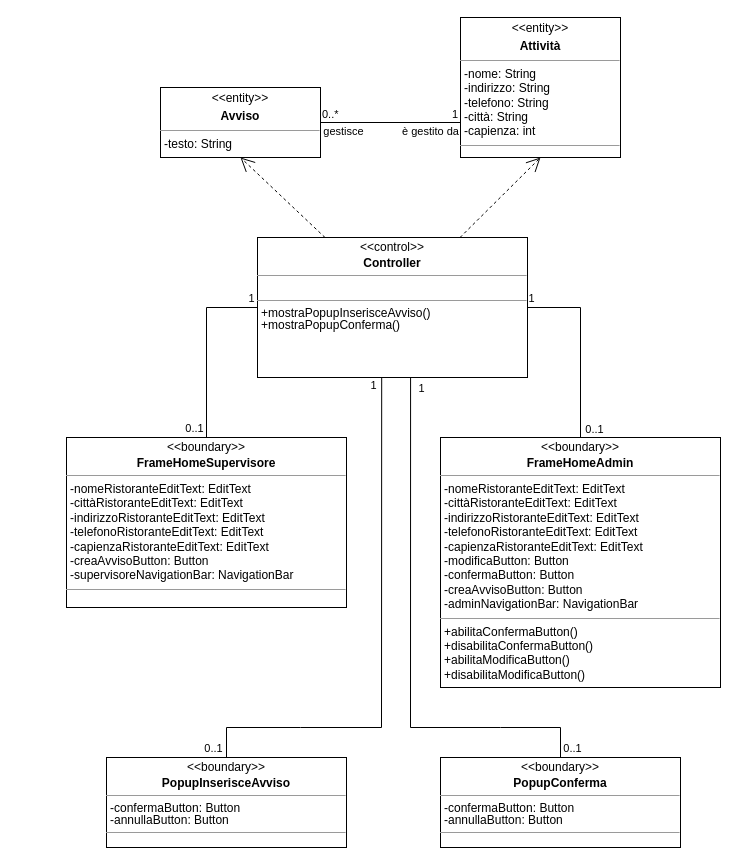
The draw.io diagram Documentazione/Class Diagram/Analisi/drawio/Analysis Class Diagram - Inserisce Avviso.drawio in vittorioruggiero/Progetto-IngSw, before the edit. Source tidied: cells renumbered, new cells numbered last; positions are measured from the earlier drawing's top-left corner, leaving out a move shared by most shapes. Both pictures are drawn from the tidied source at 100%, with x=0, y=0 at pixel (66, 17).
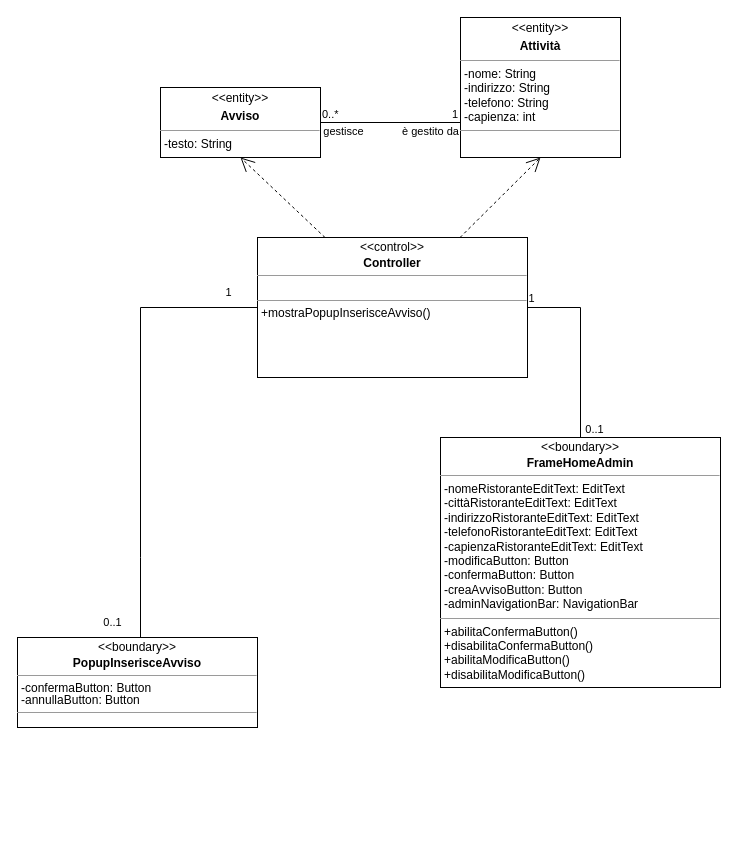
The same diagram, later.

Commit message (it also covers changes not shown here):
piccole modifiche class diagram

Change to the diagram source:
```diff
@@
     <mxCell id="3" value="&lt;p style=&quot;margin: 4px 0px 0px; text-align: center; line-height: 100%;&quot;&gt;&amp;lt;&amp;lt;boundary&amp;gt;&amp;gt;&lt;/p&gt;&lt;p style=&quot;margin: 4px 0px 0px; text-align: center; line-height: 100%;&quot;&gt;&lt;b&gt;PopupInserisceAvviso&lt;/b&gt;&lt;/p&gt;&lt;hr style=&quot;line-height: 100%;&quot; size=&quot;1&quot;&gt;&lt;p style=&quot;margin: 0px 0px 0px 4px; line-height: 100%;&quot;&gt;&lt;span style=&quot;background-color: initial;&quot;&gt;-confermaButton: Button&lt;/span&gt;&lt;br&gt;&lt;/p&gt;&lt;p style=&quot;margin: 0px 0px 0px 4px; line-height: 100%;&quot;&gt;-annullaButton: Button&lt;/p&gt;&lt;hr style=&quot;line-height: 100%;&quot; size=&quot;1&quot;&gt;&lt;p style=&quot;margin: 0px 0px 0px 4px; line-height: 100%;&quot;&gt;&lt;br&gt;&lt;/p&gt;" style="verticalAlign=top;align=left;overflow=fill;fontSize=12;fontFamily=Helvetica;html=1;" parent="1" vertex="1">
-      <mxGeometry x="40" y="740" width="240" height="90" as="geometry" />
+      <mxGeometry x="-49" y="620" width="240" height="90" as="geometry" />
     </mxCell>
-    <mxCell id="4" value="&lt;p style=&quot;margin: 4px 0px 0px; text-align: center; line-height: 100%;&quot;&gt;&amp;lt;&amp;lt;boundary&amp;gt;&amp;gt;&lt;/p&gt;&lt;p style=&quot;margin: 4px 0px 0px; text-align: center; line-height: 100%;&quot;&gt;&lt;b&gt;PopupConferma&lt;/b&gt;&lt;/p&gt;&lt;hr style=&quot;line-height: 100%;&quot; size=&quot;1&quot;&gt;&lt;p style=&quot;margin: 0px 0px 0px 4px; line-height: 100%;&quot;&gt;&lt;span style=&quot;background-color: initial;&quot;&gt;-confermaButton: Button&lt;/span&gt;&lt;br&gt;&lt;/p&gt;&lt;p style=&quot;margin: 0px 0px 0px 4px; line-height: 100%;&quot;&gt;-annullaButton: Button&lt;/p&gt;&lt;hr style=&quot;line-height: 100%;&quot; size=&quot;1&quot;&gt;&lt;p style=&quot;margin: 0px 0px 0px 4px; line-height: 100%;&quot;&gt;&lt;br&gt;&lt;/p&gt;" style="verticalAlign=top;align=left;overflow=fill;fontSize=12;fontFamily=Helvetica;html=1;" parent="1" vertex="1">
-      <mxGeometry x="374" y="740" width="240" height="90" as="geometry" />
-    </mxCell>
-    <mxCell id="5" value="&lt;p style=&quot;margin: 4px 0px 0px; text-align: center; line-height: 100%;&quot;&gt;&amp;lt;&amp;lt;control&amp;gt;&amp;gt;&lt;/p&gt;&lt;p style=&quot;margin: 4px 0px 0px; text-align: center; line-height: 100%;&quot;&gt;&lt;b&gt;Controller&lt;/b&gt;&lt;/p&gt;&lt;hr size=&quot;1&quot;&gt;&lt;p style=&quot;margin: 0px 0px 0px 4px; line-height: 100%;&quot;&gt;&lt;br&gt;&lt;/p&gt;&lt;hr size=&quot;1&quot;&gt;&lt;p style=&quot;margin: 0px 0px 0px 4px; line-height: 100%;&quot;&gt;&lt;span style=&quot;background-color: initial;&quot;&gt;+mostraPopupInserisceAvviso()&lt;/span&gt;&lt;br&gt;&lt;/p&gt;&lt;p style=&quot;margin: 0px 0px 0px 4px; line-height: 100%;&quot;&gt;+mostraPopupConferma()&lt;/p&gt;&lt;p style=&quot;margin: 0px 0px 0px 4px; line-height: 100%;&quot;&gt;&lt;br&gt;&lt;/p&gt;" style="verticalAlign=top;align=left;overflow=fill;fontSize=12;fontFamily=Helvetica;html=1;" parent="1" vertex="1">
+    <mxCell id="5" value="&lt;p style=&quot;margin: 4px 0px 0px; text-align: center; line-height: 100%;&quot;&gt;&amp;lt;&amp;lt;control&amp;gt;&amp;gt;&lt;/p&gt;&lt;p style=&quot;margin: 4px 0px 0px; text-align: center; line-height: 100%;&quot;&gt;&lt;b&gt;Controller&lt;/b&gt;&lt;/p&gt;&lt;hr size=&quot;1&quot;&gt;&lt;p style=&quot;margin: 0px 0px 0px 4px; line-height: 100%;&quot;&gt;&lt;br&gt;&lt;/p&gt;&lt;hr size=&quot;1&quot;&gt;&lt;p style=&quot;margin: 0px 0px 0px 4px; line-height: 100%;&quot;&gt;&lt;span style=&quot;background-color: initial;&quot;&gt;+mostraPopupInserisceAvviso()&lt;/span&gt;&lt;/p&gt;&lt;p style=&quot;margin: 0px 0px 0px 4px; line-height: 100%;&quot;&gt;&lt;br&gt;&lt;/p&gt;" style="verticalAlign=top;align=left;overflow=fill;fontSize=12;fontFamily=Helvetica;html=1;" parent="1" vertex="1">
       <mxGeometry x="191" y="220" width="270" height="140" as="geometry" />
     </mxCell>
@@
-    <mxCell id="9" value="&lt;p style=&quot;margin: 4px 0px 0px; text-align: center; line-height: 100%;&quot;&gt;&amp;lt;&amp;lt;boundary&amp;gt;&amp;gt;&lt;/p&gt;&lt;p style=&quot;margin: 4px 0px 0px; text-align: center; line-height: 100%;&quot;&gt;&lt;b&gt;FrameHomeSupervisore&lt;/b&gt;&lt;/p&gt;&lt;hr size=&quot;1&quot;&gt;&lt;p style=&quot;border-color: var(--border-color); margin: 0px 0px 0px 4px;&quot;&gt;-nomeRistoranteEditText: EditText&lt;/p&gt;&lt;p style=&quot;border-color: var(--border-color); margin: 0px 0px 0px 4px;&quot;&gt;&lt;span style=&quot;border-color: var(--border-color); background-color: initial;&quot;&gt;-cittàRistoranteEditText: EditText&lt;/span&gt;&lt;/p&gt;&lt;p style=&quot;border-color: var(--border-color); margin: 0px 0px 0px 4px;&quot;&gt;&lt;span style=&quot;border-color: var(--border-color); background-color: initial;&quot;&gt;-indirizzoRistoranteEditText: EditText&lt;/span&gt;&lt;/p&gt;&lt;p style=&quot;border-color: var(--border-color); margin: 0px 0px 0px 4px;&quot;&gt;&lt;span style=&quot;border-color: var(--border-color); background-color: initial;&quot;&gt;-telefonoRistoranteEditText: EditText&lt;/span&gt;&lt;/p&gt;&lt;p style=&quot;border-color: var(--border-color); margin: 0px 0px 0px 4px;&quot;&gt;-capienzaRistoranteEditText: EditText&lt;/p&gt;&lt;p style=&quot;margin:0px;margin-left:4px;&quot;&gt;-creaAvvisoButton: Button&lt;/p&gt;&lt;p style=&quot;margin:0px;margin-left:4px;&quot;&gt;-supervisoreNavigationBar: NavigationBar&lt;/p&gt;&lt;hr size=&quot;1&quot;&gt;&lt;p style=&quot;margin:0px;margin-left:4px;&quot;&gt;&lt;br&gt;&lt;/p&gt;" style="verticalAlign=top;align=left;overflow=fill;fontSize=12;fontFamily=Helvetica;html=1;spacing=2;" parent="1" vertex="1">
-      <mxGeometry y="420" width="280" height="170" as="geometry" />
-    </mxCell>
-    <mxCell id="10" style="endArrow=none;html=1;rounded=0;entryX=0;entryY=0.5;entryDx=0;entryDy=0;exitX=0.5;exitY=0;exitDx=0;exitDy=0;" parent="1" edge="1" source="9" target="5">
-      <mxGeometry relative="1" as="geometry">
-        <Array as="points">
-          <mxPoint x="140" y="290" />
-        </Array>
-      </mxGeometry>
-    </mxCell>
-    <mxCell id="11" value="0..1" style="edgeLabel;html=1;align=center;verticalAlign=middle;" parent="10" vertex="1">
-      <mxGeometry x="0.25" y="-1" relative="1" as="geometry">
-        <mxPoint x="-14" y="103" as="offset" />
-      </mxGeometry>
-    </mxCell>
-    <mxCell id="12" value="1" style="edgeLabel;html=1;align=center;verticalAlign=middle;" parent="10" vertex="1">
-      <mxGeometry x="0.09" relative="1" as="geometry">
-        <mxPoint x="44" y="-41" as="offset" />
-      </mxGeometry>
-    </mxCell>
-    <mxCell id="13" style="endArrow=none;html=1;rounded=0;entryX=0.46;entryY=1.001;entryDx=0;entryDy=0;entryPerimeter=0;exitX=0.5;exitY=0;exitDx=0;exitDy=0;" parent="1" edge="1" source="3" target="5">
+    <mxCell id="13" style="endArrow=none;html=1;rounded=0;entryX=0;entryY=0.5;entryDx=0;entryDy=0;" parent="1" edge="1" target="5">
       <mxGeometry relative="1" as="geometry">
+        <mxPoint x="74" y="620" as="sourcePoint" />
         <Array as="points">
-          <mxPoint x="160" y="710" />
-          <mxPoint x="234" y="710" />
-          <mxPoint x="315" y="710" />
+          <mxPoint x="74" y="540" />
+          <mxPoint x="74" y="290" />
         </Array>
       </mxGeometry>
     </mxCell>
     <mxCell id="14" value="0..1" style="edgeLabel;html=1;align=center;verticalAlign=middle;" parent="13" vertex="1">
       <mxGeometry x="-0.67" y="-3" relative="1" as="geometry">
-        <mxPoint x="-72" y="17" as="offset" />
+        <mxPoint x="-32" y="58" as="offset" />
       </mxGeometry>
     </mxCell>
@@
-    <mxCell id="16" style="endArrow=none;html=1;rounded=0;entryX=0.567;entryY=1;entryDx=0;entryDy=0;entryPerimeter=0;exitX=0.5;exitY=0;exitDx=0;exitDy=0;" parent="1" edge="1" source="4" target="5">
-      <mxGeometry relative="1" as="geometry">
-        <Array as="points">
-          <mxPoint x="494" y="710" />
-          <mxPoint x="434" y="710" />
-          <mxPoint x="344" y="710" />
-        </Array>
-      </mxGeometry>
-    </mxCell>
-    <mxCell id="17" value="0..1" style="edgeLabel;html=1;align=center;verticalAlign=middle;" parent="16" vertex="1">
-      <mxGeometry x="-0.61" y="-1" relative="1" as="geometry">
-        <mxPoint x="84" y="21" as="offset" />
-      </mxGeometry>
-    </mxCell>
-    <mxCell id="18" value="1" style="edgeLabel;html=1;align=center;verticalAlign=middle;labelBackgroundColor=none;" parent="16" vertex="1">
-      <mxGeometry x="0.95" y="-2" relative="1" as="geometry">
-        <mxPoint x="8" y="-3" as="offset" />
-      </mxGeometry>
-    </mxCell>
@@
-    <mxCell id="21" value="&lt;p style=&quot;margin:0px;margin-top:4px;text-align:center;&quot;&gt;&amp;lt;&amp;lt;entity&amp;gt;&amp;gt;&lt;/p&gt;&lt;p style=&quot;margin:0px;margin-top:4px;text-align:center;&quot;&gt;&lt;b&gt;Attività&lt;/b&gt;&lt;/p&gt;&lt;hr size=&quot;1&quot;&gt;&lt;p style=&quot;margin:0px;margin-left:4px;&quot;&gt;-nome: String&lt;/p&gt;&lt;p style=&quot;margin:0px;margin-left:4px;&quot;&gt;-indirizzo: String&lt;/p&gt;&lt;p style=&quot;margin:0px;margin-left:4px;&quot;&gt;-telefono: String&lt;/p&gt;&lt;p style=&quot;margin:0px;margin-left:4px;&quot;&gt;-città: String&lt;/p&gt;&lt;p style=&quot;margin:0px;margin-left:4px;&quot;&gt;-capienza: int&lt;/p&gt;&lt;hr size=&quot;1&quot;&gt;&lt;p style=&quot;margin:0px;margin-left:4px;&quot;&gt;&lt;br&gt;&lt;/p&gt;" style="verticalAlign=top;align=left;overflow=fill;fontSize=12;fontFamily=Helvetica;html=1;labelBackgroundColor=none;" parent="1" vertex="1">
+    <mxCell id="21" value="&lt;p style=&quot;margin:0px;margin-top:4px;text-align:center;&quot;&gt;&amp;lt;&amp;lt;entity&amp;gt;&amp;gt;&lt;/p&gt;&lt;p style=&quot;margin:0px;margin-top:4px;text-align:center;&quot;&gt;&lt;b&gt;Attività&lt;/b&gt;&lt;/p&gt;&lt;hr size=&quot;1&quot;&gt;&lt;p style=&quot;margin:0px;margin-left:4px;&quot;&gt;-nome: String&lt;/p&gt;&lt;p style=&quot;margin:0px;margin-left:4px;&quot;&gt;-indirizzo: String&lt;/p&gt;&lt;p style=&quot;margin:0px;margin-left:4px;&quot;&gt;-telefono: String&lt;/p&gt;&lt;p style=&quot;margin:0px;margin-left:4px;&quot;&gt;&lt;span style=&quot;background-color: initial;&quot;&gt;-capienza: int&lt;/span&gt;&lt;br&gt;&lt;/p&gt;&lt;hr size=&quot;1&quot;&gt;&lt;p style=&quot;margin:0px;margin-left:4px;&quot;&gt;&lt;br&gt;&lt;/p&gt;" style="verticalAlign=top;align=left;overflow=fill;fontSize=12;fontFamily=Helvetica;html=1;labelBackgroundColor=none;" parent="1" vertex="1">
       <mxGeometry x="394" width="160" height="140" as="geometry" />
     </mxCell>
```
